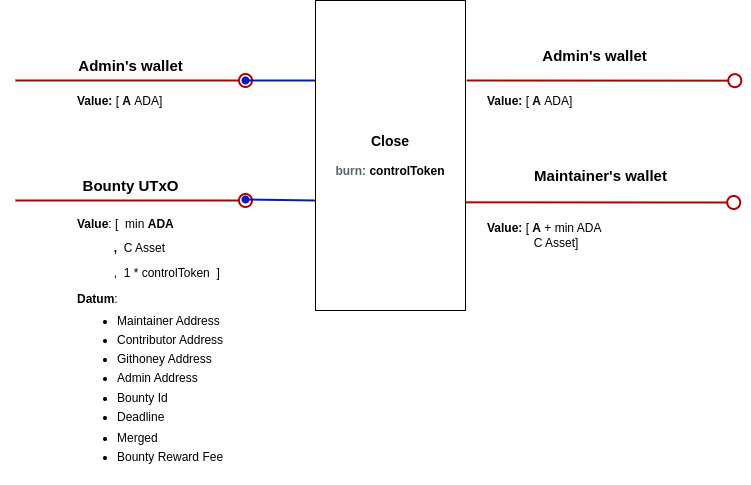
githoney-io/githoney-smart-contract keeps this draw.io diagram as docs/img/close.png. Above is the earlier version. Source tidied: cells renumbered, new cells last; positions are measured from the earlier drawing's top-left corner, leaving out a move shared by most shapes.
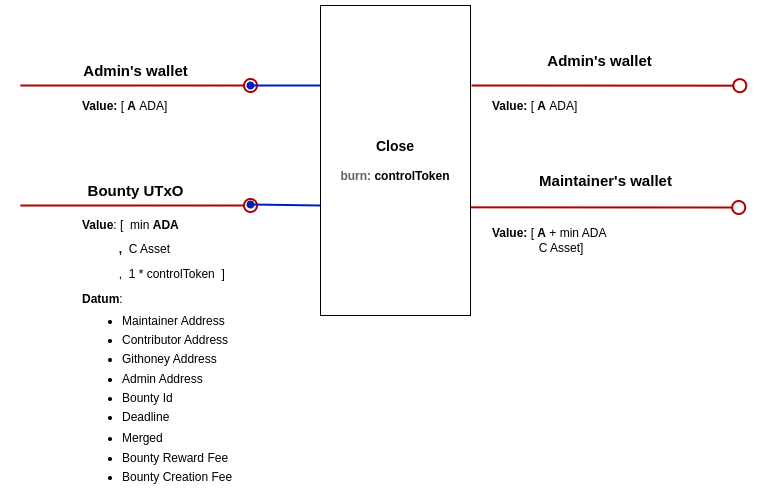
After the change.

Commit message:
Adding creation Fee to datum

Diff of the diagram source:
```diff
@@ -47,7 +47,7 @@
     <mxCell id="11" value="&lt;font style=&quot;font-size: 15px;&quot;&gt;&lt;b&gt;Bounty UTxO&lt;/b&gt;&lt;/font&gt;" style="text;html=1;align=center;verticalAlign=middle;strokeColor=none;fillColor=none;" parent="1" vertex="1">
       <mxGeometry x="55" y="170" width="120" height="30" as="geometry" />
     </mxCell>
-    <mxCell id="12" value="&lt;p style=&quot;line-height: 100%;&quot;&gt;&lt;b&gt;Value&lt;/b&gt;: [&amp;nbsp; min&lt;b&gt;&amp;nbsp;ADA&lt;/b&gt;&lt;/p&gt;&lt;p style=&quot;line-height: 100%;&quot;&gt;&lt;b&gt;&lt;span style=&quot;white-space: pre;&quot;&gt;&#9;&lt;/span&gt;&amp;nbsp; &amp;nbsp;,&amp;nbsp; &lt;/b&gt;C Asset&lt;br&gt;&lt;/p&gt;&lt;span style=&quot;background-color: initial;&quot;&gt;&amp;nbsp; &amp;nbsp; &amp;nbsp; &amp;nbsp; &amp;nbsp; &amp;nbsp;,&amp;nbsp; 1 * controlToken&lt;/span&gt;&lt;b style=&quot;background-color: initial;&quot;&gt;&amp;nbsp;&amp;nbsp;&lt;/b&gt;&lt;span style=&quot;background-color: initial;&quot;&gt;]&amp;nbsp;&lt;/span&gt;&lt;div&gt;&lt;div&gt;&lt;p style=&quot;line-height: 100%;&quot;&gt;&lt;b&gt;Datum&lt;/b&gt;:&lt;/p&gt;&lt;ul style=&quot;line-height: 80%;&quot;&gt;&lt;li&gt;Maintainer Address&lt;br&gt;&lt;br&gt;&lt;/li&gt;&lt;li&gt;Contributor Address&lt;br&gt;&lt;br&gt;&lt;/li&gt;&lt;li&gt;Githoney Address&lt;br&gt;&lt;/li&gt;&lt;br&gt;&lt;li&gt;Admin Address&amp;nbsp; &amp;nbsp; &amp;nbsp; &amp;nbsp; &amp;nbsp; &amp;nbsp;&lt;br&gt;&amp;nbsp; &amp;nbsp; &amp;nbsp;&lt;/li&gt;&lt;li&gt;Bounty Id&lt;br&gt;&lt;br&gt;&lt;/li&gt;&lt;li&gt;Deadline&lt;/li&gt;&lt;/ul&gt;&lt;ul style=&quot;line-height: 80%;&quot;&gt;&lt;li&gt;Merged&lt;br&gt;&lt;br&gt;&lt;/li&gt;&lt;li&gt;Bounty Reward Fee&lt;br&gt;&lt;br&gt;&lt;/li&gt;&lt;/ul&gt;&lt;p&gt;&lt;/p&gt;&lt;/div&gt;&lt;/div&gt;" style="text;html=1;strokeColor=none;fillColor=none;align=left;verticalAlign=middle;whiteSpace=wrap;rounded=0;" parent="1" vertex="1">
+    <mxCell id="12" value="&lt;p style=&quot;line-height: 100%;&quot;&gt;&lt;b&gt;Value&lt;/b&gt;: [&amp;nbsp; min&lt;b&gt;&amp;nbsp;ADA&lt;/b&gt;&lt;/p&gt;&lt;p style=&quot;line-height: 100%;&quot;&gt;&lt;b&gt;&lt;span style=&quot;white-space: pre;&quot;&gt;&#9;&lt;/span&gt;&amp;nbsp; &amp;nbsp;,&amp;nbsp; &lt;/b&gt;C Asset&lt;br&gt;&lt;/p&gt;&lt;span style=&quot;background-color: initial;&quot;&gt;&amp;nbsp; &amp;nbsp; &amp;nbsp; &amp;nbsp; &amp;nbsp; &amp;nbsp;,&amp;nbsp; 1 * controlToken&lt;/span&gt;&lt;b style=&quot;background-color: initial;&quot;&gt;&amp;nbsp;&amp;nbsp;&lt;/b&gt;&lt;span style=&quot;background-color: initial;&quot;&gt;]&amp;nbsp;&lt;/span&gt;&lt;div&gt;&lt;div&gt;&lt;p style=&quot;line-height: 100%;&quot;&gt;&lt;b&gt;Datum&lt;/b&gt;:&lt;/p&gt;&lt;ul style=&quot;line-height: 80%;&quot;&gt;&lt;li&gt;Maintainer Address&lt;br&gt;&lt;br&gt;&lt;/li&gt;&lt;li&gt;Contributor Address&lt;br&gt;&lt;br&gt;&lt;/li&gt;&lt;li&gt;Githoney Address&lt;br&gt;&lt;/li&gt;&lt;br&gt;&lt;li&gt;Admin Address&amp;nbsp; &amp;nbsp; &amp;nbsp; &amp;nbsp; &amp;nbsp; &amp;nbsp;&lt;br&gt;&amp;nbsp; &amp;nbsp; &amp;nbsp;&lt;/li&gt;&lt;li&gt;Bounty Id&lt;br&gt;&lt;br&gt;&lt;/li&gt;&lt;li&gt;Deadline&lt;/li&gt;&lt;/ul&gt;&lt;ul style=&quot;line-height: 80%;&quot;&gt;&lt;li&gt;Merged&lt;br&gt;&lt;br&gt;&lt;/li&gt;&lt;li&gt;Bounty Reward Fee&lt;br&gt;&lt;br&gt;&lt;/li&gt;&lt;li&gt;Bounty Creation Fee&lt;/li&gt;&lt;/ul&gt;&lt;p&gt;&lt;/p&gt;&lt;/div&gt;&lt;/div&gt;" style="text;html=1;strokeColor=none;fillColor=none;align=left;verticalAlign=middle;whiteSpace=wrap;rounded=0;" parent="1" vertex="1">
       <mxGeometry x="60" y="220" width="437.4" height="250" as="geometry" />
     </mxCell>
     <mxCell id="13" value="&lt;b&gt;Value: &lt;/b&gt;[&lt;b&gt;&amp;nbsp;A&lt;/b&gt;&amp;nbsp;+ min ADA&lt;br&gt;&lt;div&gt;&lt;span style=&quot;white-space: pre;&quot;&gt;&#9;&lt;/span&gt;&amp;nbsp; &amp;nbsp; &amp;nbsp; C Asset]&lt;/div&gt;" style="text;html=1;strokeColor=none;fillColor=none;align=left;verticalAlign=middle;whiteSpace=wrap;rounded=0;" parent="1" vertex="1">
```
